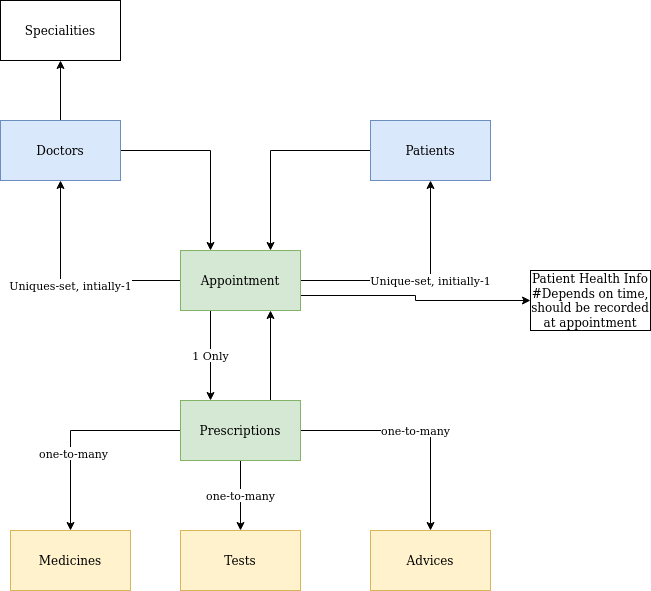
Before: docs/datalayout.png, a diagram exported from draw.io (Mjing/telehealers-backend). Source tidied: cells renumbered, new cells last; positions are measured from the earlier drawing's top-left corner, leaving out a move shared by most shapes.
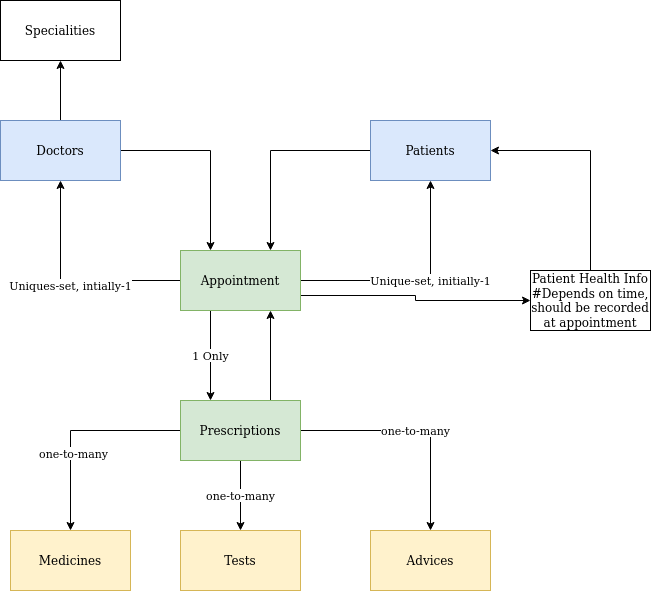
The same diagram one commit later.

Change to the diagram source:
```diff
@@ -65,6 +65,9 @@
     <mxCell id="22" value="Specialities" style="rounded=0;whiteSpace=wrap;html=1;" parent="1" vertex="1">
       <mxGeometry width="120" height="60" as="geometry" />
     </mxCell>
+    <mxCell id="24" style="edgeStyle=orthogonalEdgeStyle;rounded=0;jettySize=auto;html=1;exitX=0.5;exitY=0;exitDx=0;exitDy=0;entryX=1;entryY=0.5;entryDx=0;entryDy=0;" parent="1" edge="1" source="23" target="18">
+      <mxGeometry relative="1" as="geometry" />
+    </mxCell>
     <mxCell id="23" value="&lt;div&gt;Patient Health Info&lt;/div&gt;&lt;div&gt;#Depends on time, &lt;br&gt;&lt;/div&gt;&lt;div&gt;should be recorded at appointment&lt;br&gt;&lt;/div&gt;" style="rounded=0;whiteSpace=wrap;html=1;" parent="1" vertex="1">
       <mxGeometry x="530" y="270" width="120" height="60" as="geometry" />
     </mxCell>
```
